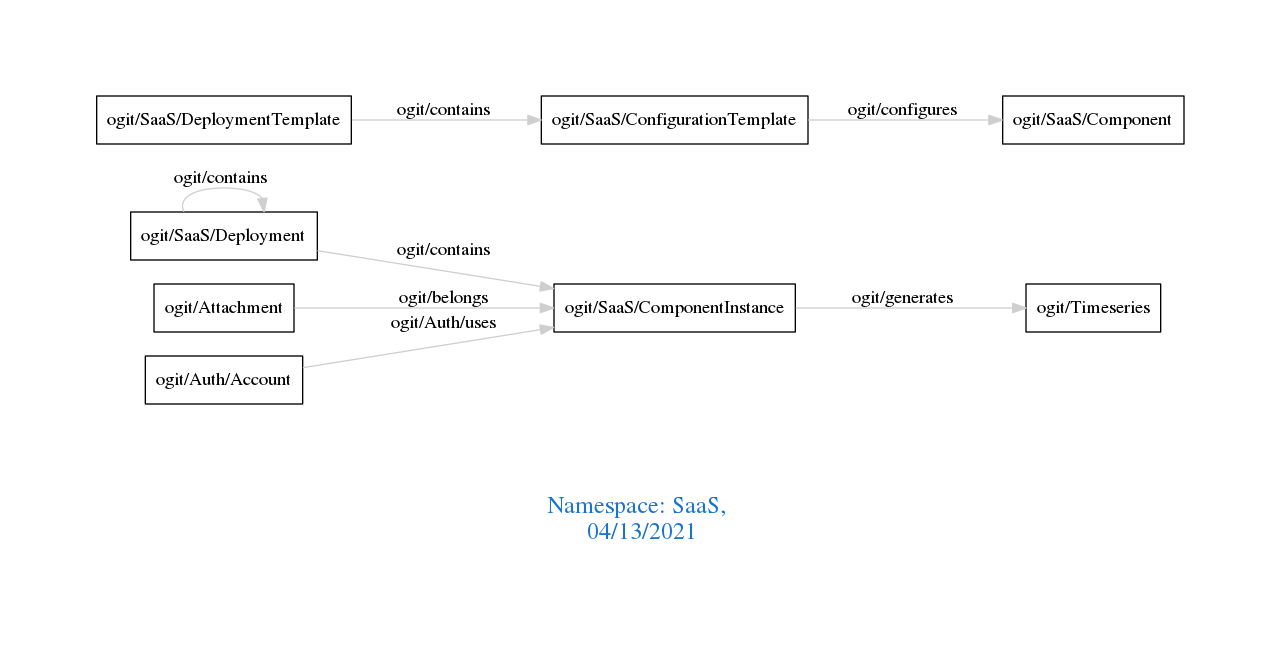
This is downloads/SaaS.png from arago/OGIT, a Graphviz export, as it was before one commit. Its source is kept beside it as downloads/SaaS.dot.
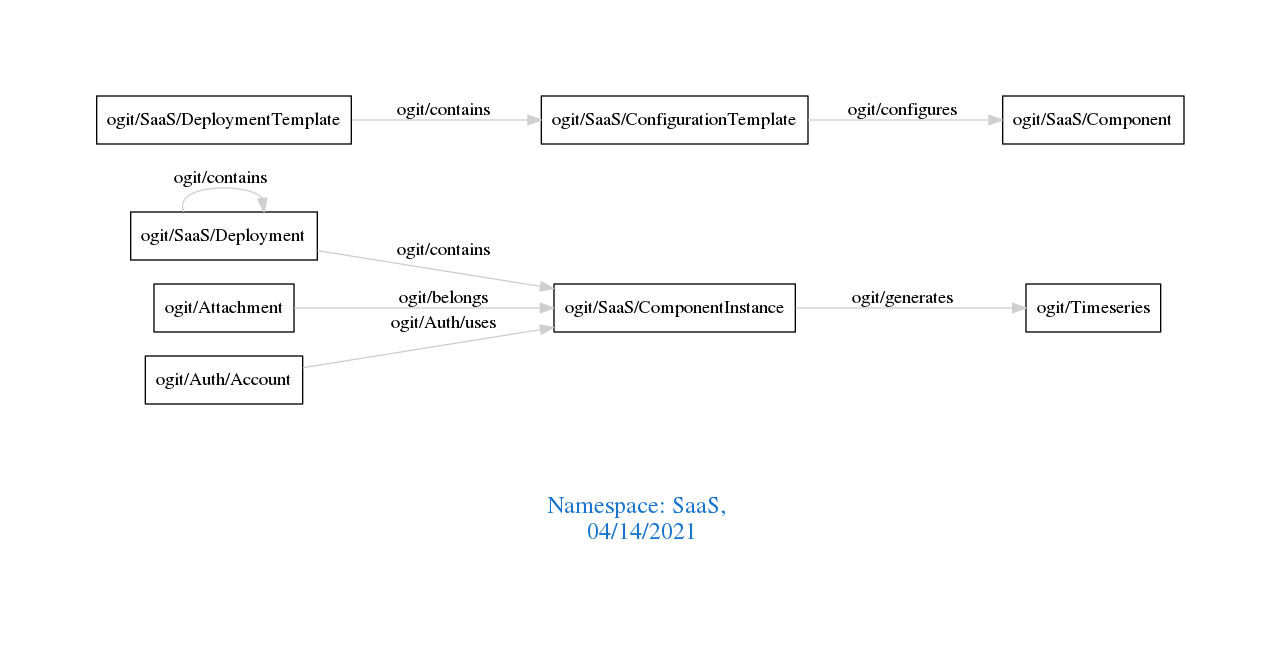
Above is the later version.

The edit, as a diff of the source:
```diff
@@ -1,7 +1,7 @@
 digraph OGIT_ontology {
  graph [ rankdir= LR,pad=1
 fontsize = 18,
-fontcolor= dodgerblue3,label = "\n\n\nNamespace: SaaS, \n 04/13/2021"];
+fontcolor= dodgerblue3,label = "\n\n\nNamespace: SaaS, \n 04/14/2021"];
 node[shape=polygon];
 edge [  color="gray81"];
 
```
